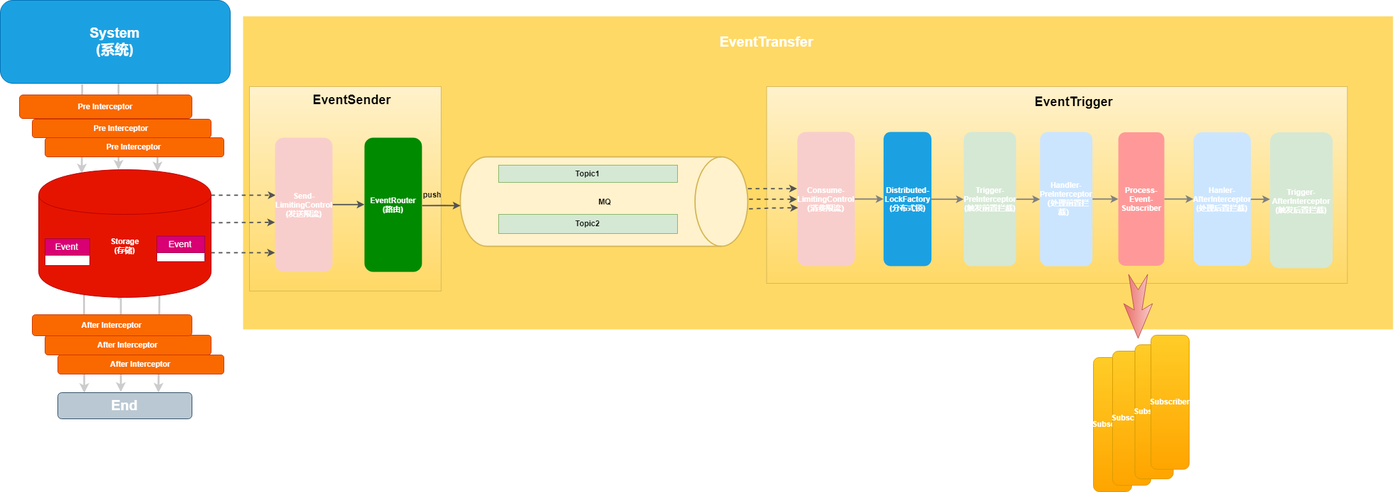
This is doc/image/EasyEvent.png from openquartz/easy-event, a draw.io export, as it was before one commit. Source tidied: cells renumbered, new cells last; positions are measured from the earlier drawing's top-left corner, leaving out a move shared by most shapes.
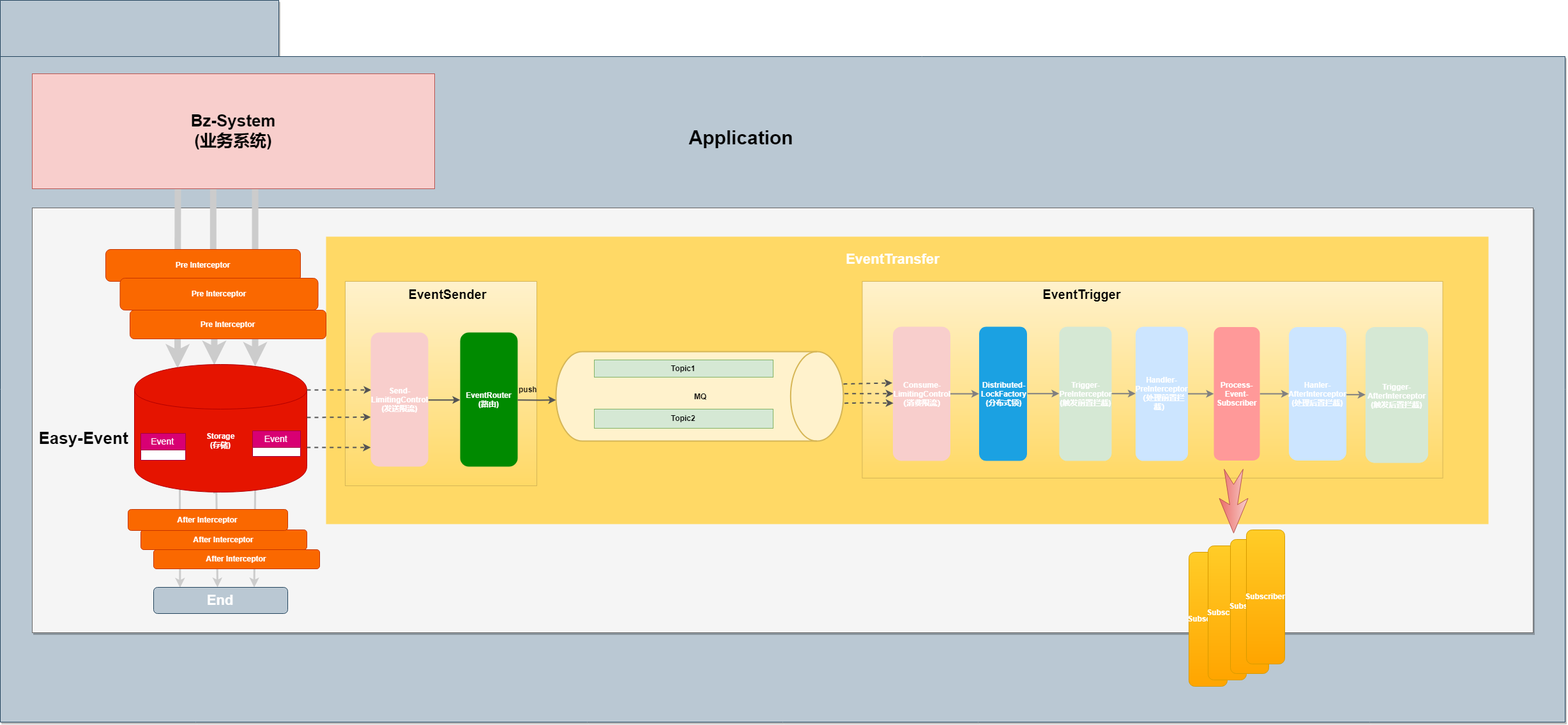
The same file after the commit.

Change to the diagram source:
```diff
@@ -2,8 +2,14 @@
   <root>
     <mxCell id="0" />
     <mxCell id="1" parent="0" />
+    <mxCell id="59" style="shape=folder;fontStyle=1;spacingTop=10;tabWidth=436;tabHeight=88;tabPosition=left;html=1;shadow=1;fillColor=#bac8d3;strokeColor=#23445d;" parent="1" vertex="1">
+      <mxGeometry x="-150" y="-305" width="2450" height="1130" as="geometry" />
+    </mxCell>
+    <mxCell id="60" style="rounded=0;whiteSpace=wrap;html=1;shadow=1;fillColor=#f5f5f5;strokeColor=#666666;fontColor=#333333;" parent="1" vertex="1">
+      <mxGeometry x="-100" y="20" width="2350" height="665" as="geometry" />
+    </mxCell>
     <mxCell id="2" style="rounded=0;whiteSpace=wrap;html=1;strokeWidth=2;fillColor=#FFD966;strokeColor=none;" parent="1" vertex="1">
-      <mxGeometry x="380" y="25" width="1800" height="490" as="geometry" />
+      <mxGeometry x="360" y="65" width="1820" height="450" as="geometry" />
     </mxCell>
     <mxCell id="3" style="rounded=0;whiteSpace=wrap;html=1;gradientColor=#ffd966;fillColor=#fff2cc;strokeColor=#d6b656;" parent="1" vertex="1">
       <mxGeometry x="1199.5" y="135" width="909" height="308" as="geometry" />
@@ -21,31 +27,33 @@
         <mxPoint x="250" y="365" as="sourcePoint" />
       </mxGeometry>
     </mxCell>
-    <mxCell id="7" style="endArrow=classic;html=1;strokeWidth=3;strokeColor=#CCCCCC;entryX=0.689;entryY=0.014;entryDx=0;entryDy=0;entryPerimeter=0;" parent="1" edge="1" target="15">
+    <mxCell id="7" style="endArrow=classic;html=1;strokeWidth=10;strokeColor=#CCCCCC;entryX=0.7;entryY=0.014;entryDx=0;entryDy=0;entryPerimeter=0;" parent="1" edge="1" target="15">
       <mxGeometry relative="1" as="geometry">
-        <mxPoint x="246" y="125" as="sourcePoint" />
+        <mxPoint x="249" y="-25" as="sourcePoint" />
       </mxGeometry>
     </mxCell>
-    <mxCell id="8" style="endArrow=classic;html=1;strokeWidth=3;strokeColor=#CCCCCC;exitX=0.356;exitY=1.009;exitDx=0;exitDy=0;exitPerimeter=0;entryX=0.25;entryY=0.03;entryDx=0;entryDy=0;entryPerimeter=0;" parent="1" edge="1" source="10" target="15">
-      <mxGeometry relative="1" as="geometry" />
+    <mxCell id="8" style="endArrow=classic;html=1;strokeWidth=10;strokeColor=#CCCCCC;entryX=0.25;entryY=0.03;entryDx=0;entryDy=0;entryPerimeter=0;" parent="1" edge="1" target="15">
+      <mxGeometry relative="1" as="geometry">
+        <mxPoint x="128" y="-25" as="sourcePoint" />
+      </mxGeometry>
     </mxCell>
-    <mxCell id="9" style="edgeStyle=orthogonalEdgeStyle;rounded=0;orthogonalLoop=1;jettySize=auto;html=1;strokeWidth=3;strokeColor=#CCCCCC;" parent="1" edge="1">
+    <mxCell id="9" style="edgeStyle=orthogonalEdgeStyle;rounded=0;jettySize=auto;html=1;strokeWidth=10;strokeColor=#CCCCCC;exitX=0.449;exitY=0.993;exitDx=0;exitDy=0;exitPerimeter=0;" parent="1" edge="1" source="61">
       <mxGeometry relative="1" as="geometry">
-        <mxPoint x="185" y="125" as="sourcePoint" />
         <mxPoint x="185" y="265" as="targetPoint" />
+        <Array as="points">
+          <mxPoint x="183" y="150" />
+          <mxPoint x="185" y="150" />
+        </Array>
       </mxGeometry>
     </mxCell>
-    <mxCell id="10" value="&lt;font style=&quot;font-size: 22px&quot;&gt;&lt;b&gt;System&lt;br&gt;(系统)&lt;/b&gt;&lt;/font&gt;" style="rounded=1;whiteSpace=wrap;html=1;fillColor=#1ba1e2;strokeColor=#006EAF;fontColor=#ffffff;" parent="1" vertex="1">
-      <mxGeometry width="360" height="130" as="geometry" />
-    </mxCell>
     <mxCell id="11" value="&lt;b&gt;Pre Interceptor&lt;/b&gt;" style="rounded=1;whiteSpace=wrap;html=1;fillColor=#fa6800;strokeColor=#C73500;fontColor=#ffffff;" parent="1" vertex="1">
-      <mxGeometry x="30" y="148" width="270" height="37" as="geometry" />
+      <mxGeometry x="15" y="85" width="305" height="50" as="geometry" />
     </mxCell>
     <mxCell id="12" value="&lt;b&gt;Pre Interceptor&lt;/b&gt;" style="rounded=1;whiteSpace=wrap;html=1;fillColor=#fa6800;strokeColor=#C73500;fontColor=#ffffff;" parent="1" vertex="1">
-      <mxGeometry x="50" y="186" width="280" height="29" as="geometry" />
+      <mxGeometry x="37.5" y="130" width="310" height="50" as="geometry" />
     </mxCell>
     <mxCell id="13" value="&lt;b&gt;Pre Interceptor&lt;/b&gt;" style="rounded=1;whiteSpace=wrap;html=1;fillColor=#fa6800;strokeColor=#C73500;fontColor=#ffffff;" parent="1" vertex="1">
-      <mxGeometry x="70" y="215" width="280" height="30" as="geometry" />
+      <mxGeometry x="53" y="180" width="307" height="45" as="geometry" />
     </mxCell>
     <mxCell id="14" style="edgeStyle=orthogonalEdgeStyle;rounded=0;jettySize=auto;html=1;entryX=0.473;entryY=-0.013;entryDx=0;entryDy=0;entryPerimeter=0;strokeWidth=3;strokeColor=#CCCCCC;" parent="1" edge="1" target="47">
       <mxGeometry relative="1" as="geometry">
@@ -158,7 +166,7 @@
       <mxGeometry x="530" y="145" width="40" height="20" as="geometry" />
     </mxCell>
     <mxCell id="42" value="&lt;b&gt;&lt;font style=&quot;font-size: 20px&quot;&gt;EventTrigger&lt;/font&gt;&lt;/b&gt;" style="text;html=1;strokeColor=none;fillColor=none;align=center;verticalAlign=middle;whiteSpace=wrap;rounded=0;" parent="1" vertex="1">
-      <mxGeometry x="1660" y="148" width="40" height="20" as="geometry" />
+      <mxGeometry x="1522.5" y="145" width="40" height="20" as="geometry" />
     </mxCell>
     <mxCell id="43" value="&lt;font color=&quot;#ffffff&quot;&gt;&lt;b&gt;Subscriber&lt;/b&gt;&lt;/font&gt;" style="rounded=1;whiteSpace=wrap;html=1;gradientColor=#ffa500;fillColor=#ffcd28;strokeColor=#d79b00;" parent="1" vertex="1">
       <mxGeometry x="1741" y="549" width="60" height="210" as="geometry" />
@@ -203,7 +211,7 @@
       </mxGeometry>
     </mxCell>
     <mxCell id="51" value="&lt;b&gt;&lt;font style=&quot;font-size: 22px&quot; color=&quot;#ffffff&quot;&gt;EventTransfer&lt;/font&gt;&lt;/b&gt;" style="text;html=1;strokeColor=none;fillColor=none;align=center;verticalAlign=middle;whiteSpace=wrap;rounded=0;" parent="1" vertex="1">
-      <mxGeometry x="1179.5" y="55" width="40" height="20" as="geometry" />
+      <mxGeometry x="1227.5" y="90" width="40" height="20" as="geometry" />
     </mxCell>
     <mxCell id="52" value="&lt;b&gt;&lt;font color=&quot;#ffffff&quot;&gt;Trigger-&lt;br&gt;AfterInterceptor&lt;br&gt;(触发后置拦截)&lt;/font&gt;&lt;/b&gt;" style="rounded=1;whiteSpace=wrap;html=1;fillColor=#d5e8d4;strokeColor=none;strokeWidth=1;dashed=1;" parent="1" vertex="1">
       <mxGeometry x="1987.5" y="209" width="98" height="210" as="geometry" />
@@ -226,5 +234,14 @@
     <mxCell id="58" value="Event" style="swimlane;fontStyle=0;horizontal=1;startSize=26;fillColor=#d80073;swimlaneFillColor=#ffffff;align=center;fontSize=14;strokeColor=#A50040;fontColor=#ffffff;" parent="1" vertex="1">
       <mxGeometry x="245" y="369" width="75" height="40" as="geometry" />
     </mxCell>
+    <mxCell id="61" value="&lt;font style=&quot;font-size: 26px&quot;&gt;&lt;b&gt;Bz-System&lt;br&gt;(业务系统)&lt;br&gt;&lt;/b&gt;&lt;/font&gt;" style="rounded=0;whiteSpace=wrap;html=1;fillColor=#f8cecc;strokeColor=#b85450;" parent="1" vertex="1">
+      <mxGeometry x="-100" y="-190" width="630" height="180" as="geometry" />
+    </mxCell>
+    <mxCell id="62" value="&lt;div style=&quot;text-align: justify&quot;&gt;&lt;sub&gt;&lt;b&gt;&lt;span style=&quot;font-size: 26px&quot;&gt;Easy-&lt;/span&gt;&lt;span style=&quot;font-size: 26px&quot;&gt;Event&lt;/span&gt;&lt;/b&gt;&lt;/sub&gt;&lt;/div&gt;" style="text;html=1;strokeColor=none;fillColor=none;align=center;verticalAlign=middle;whiteSpace=wrap;rounded=0;shadow=1;" parent="1" vertex="1">
+      <mxGeometry x="-40" y="225" width="40" height="310" as="geometry" />
+    </mxCell>
+    <mxCell id="63" value="&lt;font style=&quot;font-size: 30px&quot;&gt;&lt;b&gt;Application&lt;/b&gt;&lt;/font&gt;" style="text;html=1;strokeColor=none;fillColor=none;align=center;verticalAlign=middle;whiteSpace=wrap;rounded=0;shadow=1;" parent="1" vertex="1">
+      <mxGeometry x="990" y="-100" width="40" height="20" as="geometry" />
+    </mxCell>
   </root>
 </mxGraphModel>
```
